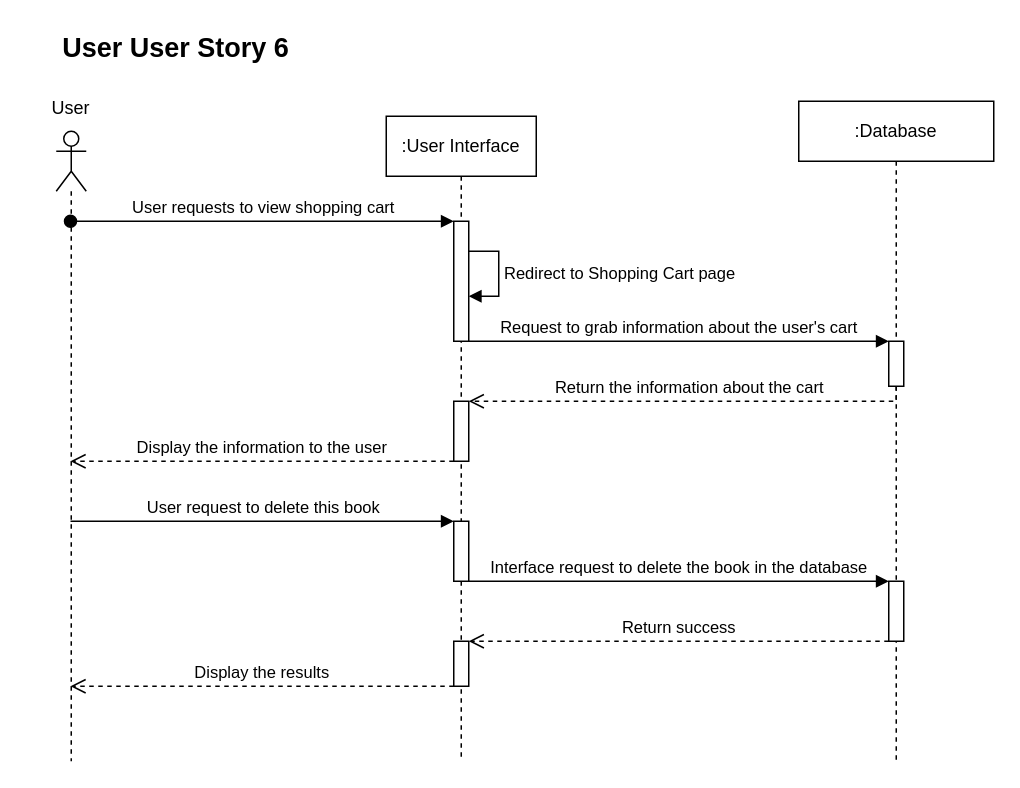
adl409/SE-project-Group-5 keeps this draw.io diagram as Remove Item (Shopping Cart) Sequence Diagram.drawio. Above is the earlier version. Source tidied: cells renumbered, new cells numbered last; positions are measured from the earlier drawing's top-left corner, leaving out a move shared by most shapes. Both pictures are drawn from the tidied source at 150%, with x=0, y=0 at pixel (26, 26).
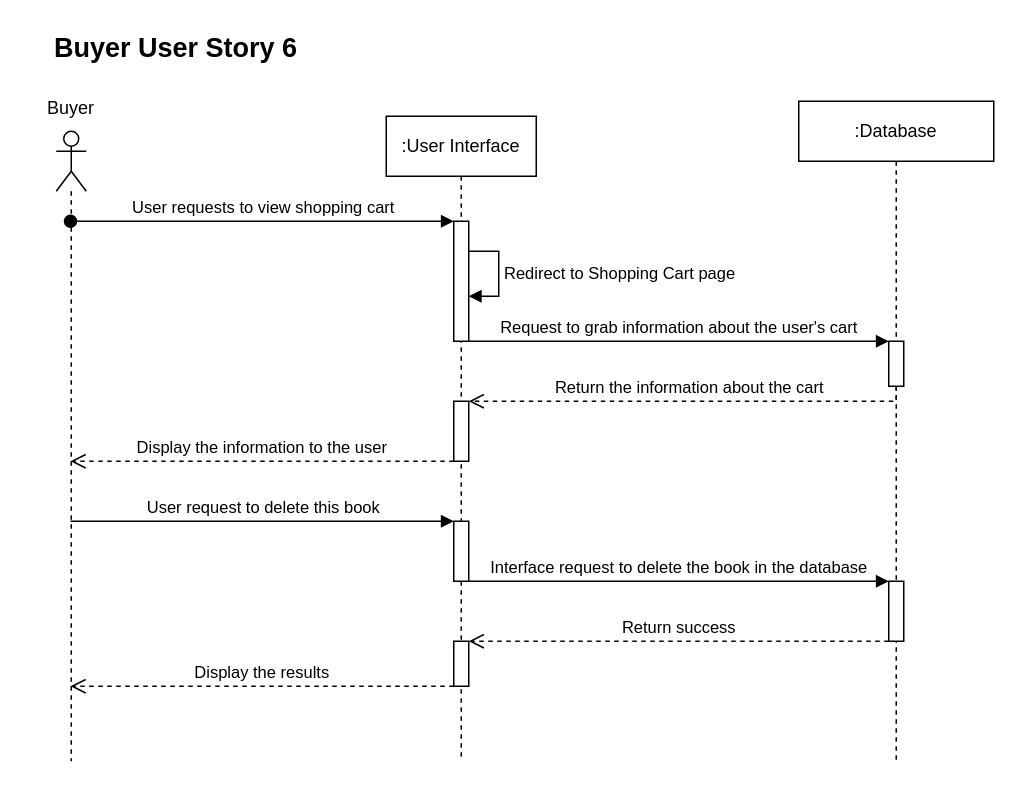
Above is the later version.

What changed in the source:
```diff
@@
-    <mxCell id="2" value="&lt;span style=&quot;font-size: 18px;&quot;&gt;&lt;b&gt;User User Story 6&lt;/b&gt;&lt;/span&gt;" style="text;strokeColor=none;align=center;fillColor=none;html=1;verticalAlign=middle;whiteSpace=wrap;rounded=0;" parent="1" vertex="1">
+    <mxCell id="2" value="&lt;span style=&quot;font-size: 18px;&quot;&gt;&lt;b&gt;Buyer User Story 6&lt;/b&gt;&lt;/span&gt;" style="text;strokeColor=none;align=center;fillColor=none;html=1;verticalAlign=middle;whiteSpace=wrap;rounded=0;" parent="1" vertex="1">
       <mxGeometry x="5" width="190" height="30" as="geometry" />
     </mxCell>
@@
-    <mxCell id="4" value="User" style="text;strokeColor=none;align=center;fillColor=none;html=1;verticalAlign=middle;whiteSpace=wrap;rounded=0;" parent="1" vertex="1">
+    <mxCell id="4" value="Buyer" style="text;strokeColor=none;align=center;fillColor=none;html=1;verticalAlign=middle;whiteSpace=wrap;rounded=0;" parent="1" vertex="1">
       <mxGeometry y="40" width="60" height="30" as="geometry" />
     </mxCell>
```
